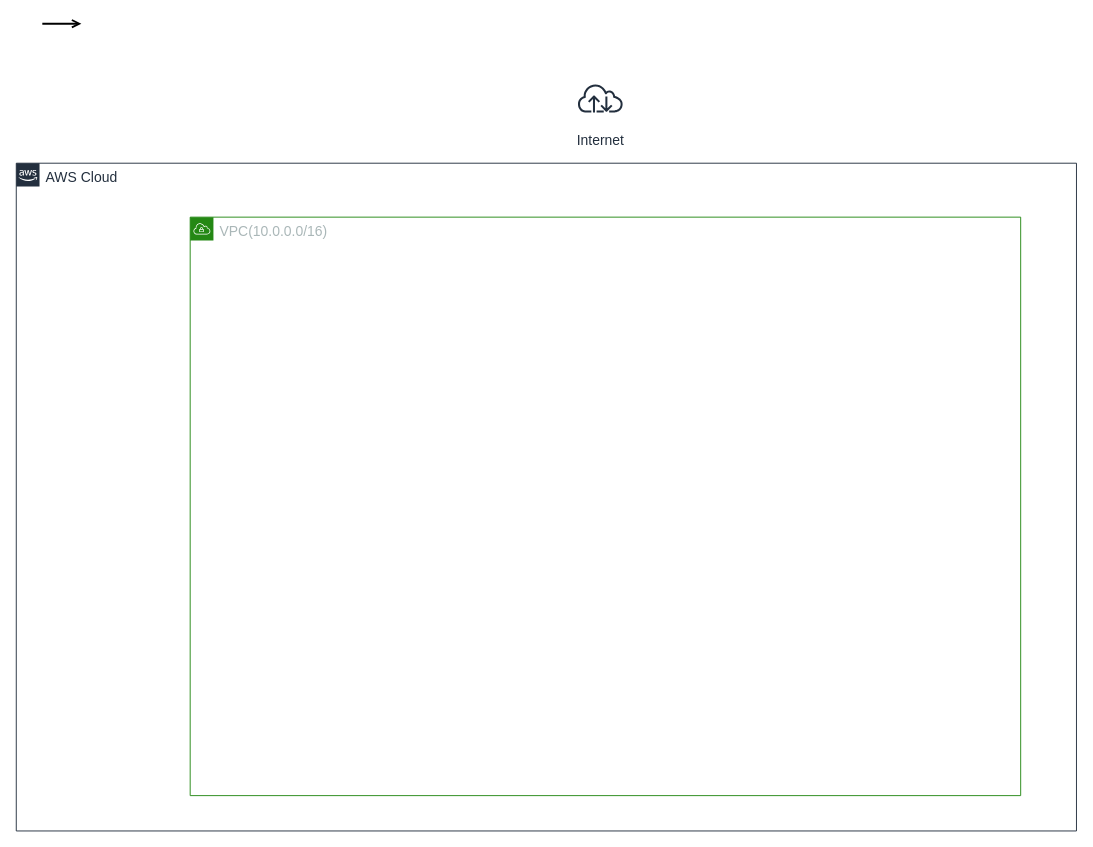
Earlier version of the draw.io diagram page "VPC" (2 of 3) of ELB&S3.drawio (takao0513yamada/toy_app). Source tidied: cells renumbered, new cells numbered last; positions are measured from the earlier drawing's top-left corner, leaving out a move shared by most shapes. Both pictures are drawn from the tidied source at 93%, with x=0, y=0 at pixel (16, 23).
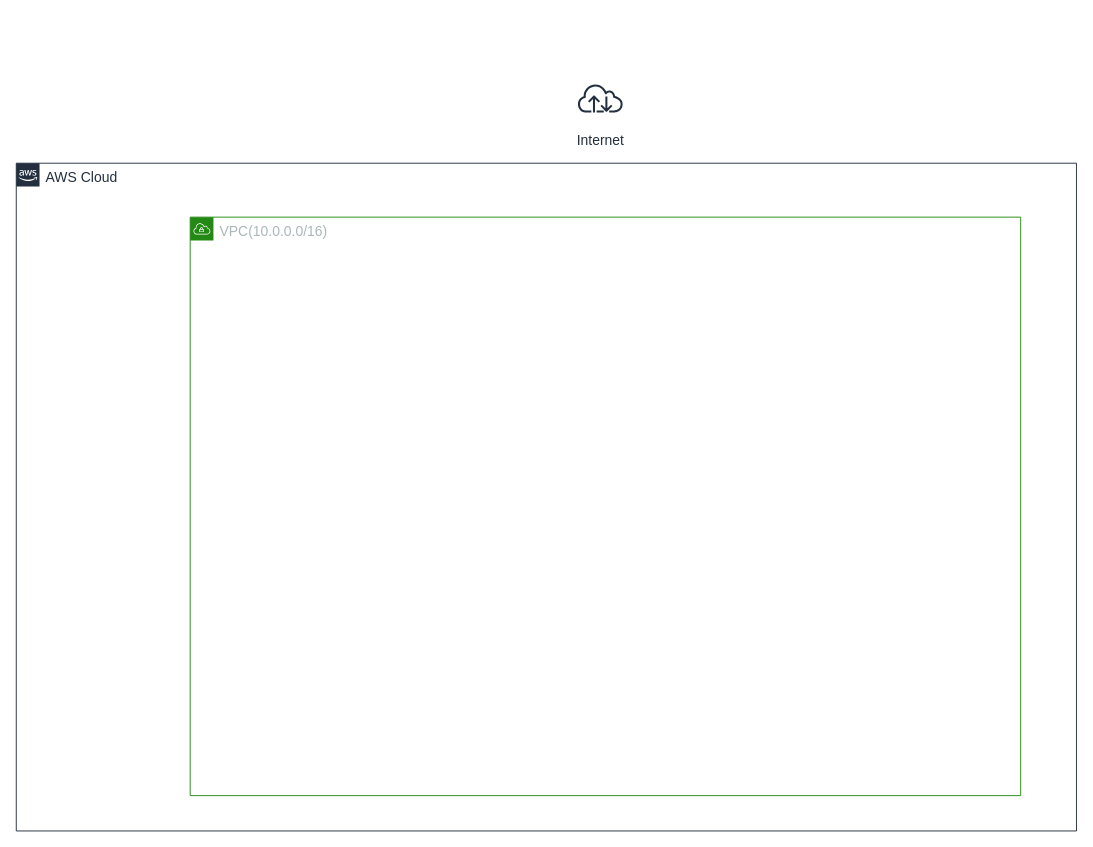
Above is the later version.

Change to the diagram source:
```diff
@@
 <mxGraphModel>
   <root>
     <mxCell id="0" />
     <mxCell id="1" parent="0" />
     <mxCell id="2" value="&lt;font style=&quot;font-size: 15px&quot;&gt;AWS Cloud&lt;/font&gt;" style="gradientColor=none;html=1;whiteSpace=wrap;fontSize=12;fontStyle=0;shape=mxgraph.aws4.group;grIcon=mxgraph.aws4.group_aws_cloud_alt;strokeColor=#232F3E;fillColor=none;verticalAlign=top;align=left;spacingLeft=30;fontColor=#232F3E;dashed=0;labelBackgroundColor=#ffffff;" parent="1" vertex="1">
       <mxGeometry y="150" width="1140" height="718" as="geometry" />
     </mxCell>
-    <mxCell id="3" style="edgeStyle=orthogonalEdgeStyle;rounded=0;orthogonalLoop=1;jettySize=auto;html=1;endArrow=open;endFill=0;strokeWidth=2;" parent="1" edge="1">
-      <mxGeometry relative="1" as="geometry">
-        <mxPoint x="28" as="sourcePoint" />
-        <mxPoint x="70" as="targetPoint" />
-      </mxGeometry>
-    </mxCell>
     <mxCell id="4" value="&lt;font style=&quot;font-size: 15px&quot;&gt;VPC(10.0.0.0/16)&lt;/font&gt;" style="gradientColor=none;html=1;whiteSpace=wrap;fontSize=12;fontStyle=0;shape=mxgraph.aws4.group;grIcon=mxgraph.aws4.group_vpc;strokeColor=#248814;fillColor=none;verticalAlign=top;align=left;spacingLeft=30;fontColor=#AAB7B8;dashed=0;" parent="1" vertex="1">
       <mxGeometry x="187" y="208" width="893" height="622" as="geometry" />
     </mxCell>
     <mxCell id="5" value="&lt;font style=&quot;font-size: 15px&quot;&gt;Internet&lt;/font&gt;" style="fontColor=#232F3E;gradientColor=none;strokeColor=#232F3E;fillColor=#ffffff;dashed=0;verticalLabelPosition=bottom;verticalAlign=top;align=center;html=1;fontSize=12;fontStyle=0;shape=mxgraph.aws4.resourceIcon;resIcon=mxgraph.aws4.internet;" parent="1" vertex="1">
       <mxGeometry x="598" y="50" width="60" height="60" as="geometry" />
     </mxCell>
   </root>
 </mxGraphModel>
```
